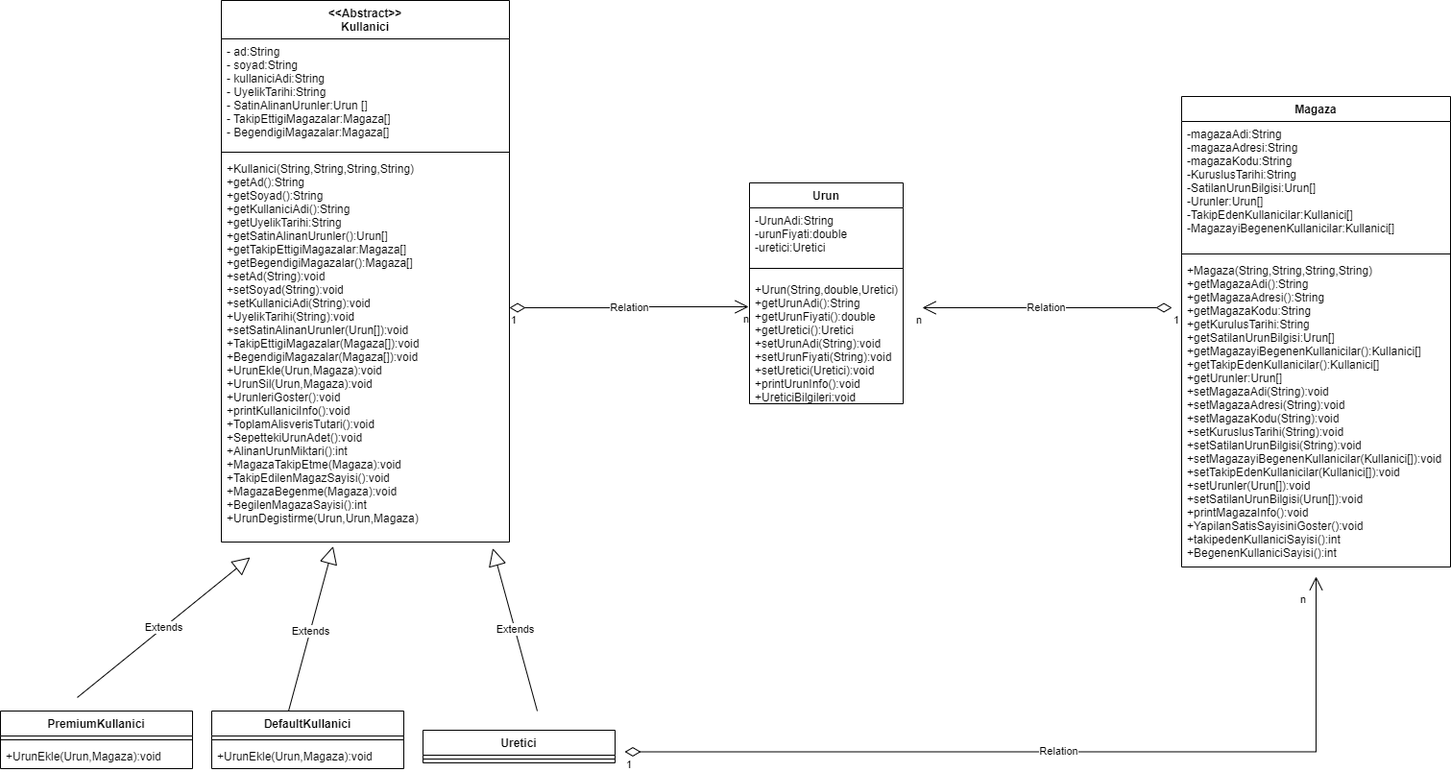
Aliylmaz/patika.dev-projeler keeps this draw.io diagram as BpProjeUml/Uml.png. Above is the earlier version. Source tidied: cells renumbered, new cells last; positions are measured from the earlier drawing's top-left corner, leaving out a move shared by most shapes.
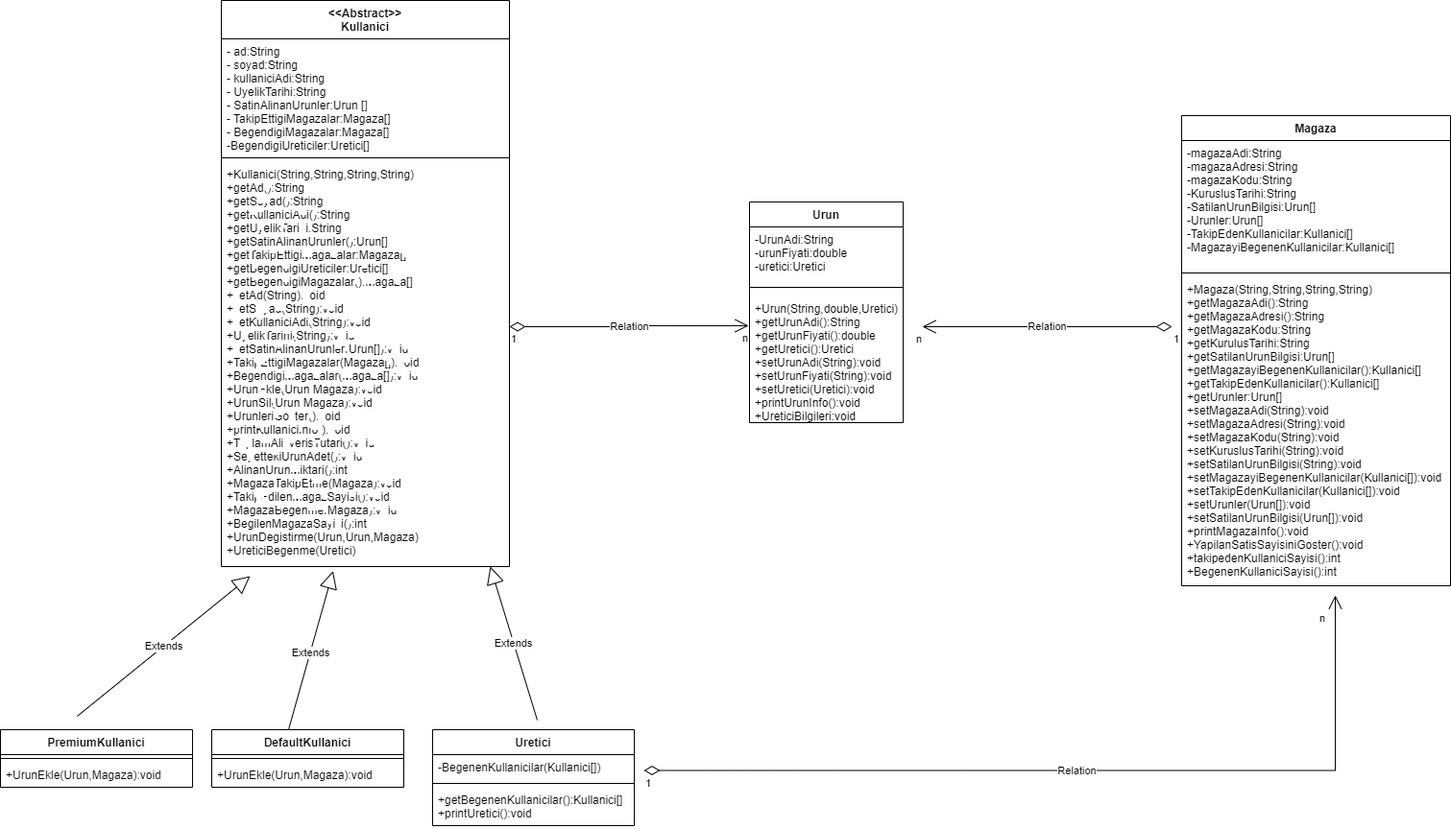
After the change.

Change to the diagram source:
```diff
@@ -3,16 +3,16 @@
     <mxCell id="0" />
     <mxCell id="1" parent="0" />
     <mxCell id="2" value="&lt;&lt;Abstract&gt;&gt;&#10;Kullanici" style="swimlane;fontStyle=1;align=center;verticalAlign=top;horizontal=1;startSize=40;" parent="1" vertex="1">
-      <mxGeometry x="230" width="300" height="564" as="geometry" />
+      <mxGeometry x="230" y="-20" width="300" height="590" as="geometry" />
     </mxCell>
-    <mxCell id="3" value="- ad:String&#10;- soyad:String&#10;- kullaniciAdi:String&#10;- UyelikTarihi:String&#10;- SatinAlinanUrunler:Urun []&#10;- TakipEttigiMagazalar:Magaza[]&#10;- BegendigiMagazalar:Magaza[]" style="text;strokeColor=none;fillColor=none;align=left;verticalAlign=top;spacingLeft=4;spacingRight=4;overflow=hidden;" parent="2" vertex="1">
-      <mxGeometry y="40" width="300" height="114" as="geometry" />
+    <mxCell id="3" value="- ad:String&#10;- soyad:String&#10;- kullaniciAdi:String&#10;- UyelikTarihi:String&#10;- SatinAlinanUrunler:Urun []&#10;- TakipEttigiMagazalar:Magaza[]&#10;- BegendigiMagazalar:Magaza[]&#10;-BegendigiUreticiler:Uretici[]" style="text;strokeColor=none;fillColor=none;align=left;verticalAlign=top;spacingLeft=4;spacingRight=4;overflow=hidden;" parent="2" vertex="1">
+      <mxGeometry y="40" width="300" height="120" as="geometry" />
     </mxCell>
     <mxCell id="4" style="line;strokeWidth=1;fillColor=none;align=left;verticalAlign=middle;spacingTop=-1;spacingLeft=3;spacingRight=3;labelPosition=right;strokeColor=inherit;" parent="2" vertex="1">
-      <mxGeometry y="154" width="300" height="8" as="geometry" />
+      <mxGeometry y="160" width="300" height="8" as="geometry" />
     </mxCell>
-    <mxCell id="5" value="+Kullanici(String,String,String,String)&#10;+getAd():String&#10;+getSoyad():String&#10;+getKullaniciAdi():String&#10;+getUyelikTarihi:String&#10;+getSatinAlinanUrunler():Urun[]&#10;+getTakipEttigiMagazalar:Magaza[]&#10;+getBegendigiMagazalar():Magaza[] &#10;+setAd(String):void&#10;+setSoyad(String):void&#10;+setKullaniciAdi(String):void&#10;+UyelikTarihi(String):void&#10;+setSatinAlinanUrunler(Urun[]):void&#10;+TakipEttigiMagazalar(Magaza[]):void&#10;+BegendigiMagazalar(Magaza[]):void&#10;+UrunEkle(Urun,Magaza):void&#10;+UrunSil(Urun,Magaza):void&#10;+UrunleriGoster():void&#10;+printKullaniciInfo():void&#10;+ToplamAlisverisTutari():void&#10;+SepettekiUrunAdet():void&#10;+AlinanUrunMiktari():int&#10;+MagazaTakipEtme(Magaza):void&#10;+TakipEdilenMagazSayisi():void&#10;+MagazaBegenme(Magaza):void&#10;+BegilenMagazaSayisi():int&#10;+UrunDegistirme(Urun,Urun,Magaza)" style="text;strokeColor=none;fillColor=none;align=left;verticalAlign=top;spacingLeft=4;spacingRight=4;overflow=hidden;points=[[0,0.5],[1,0.5]];portConstraint=eastwest;" parent="2" vertex="1">
-      <mxGeometry y="162" width="300" height="402" as="geometry" />
+    <mxCell id="5" value="+Kullanici(String,String,String,String)&#10;+getAd():String&#10;+getSoyad():String&#10;+getKullaniciAdi():String&#10;+getUyelikTarihi:String&#10;+getSatinAlinanUrunler():Urun[]&#10;+getTakipEttigiMagazalar:Magaza[]&#10;+getBegendigiUreticiler:Uretici[]&#10;+getBegendigiMagazalar():Magaza[]&#10;+setAd(String):void&#10;+setSoyad(String):void&#10;+setKullaniciAdi(String):void&#10;+UyelikTarihi(String):void&#10;+setSatinAlinanUrunler(Urun[]):void&#10;+TakipEttigiMagazalar(Magaza[]):void&#10;+BegendigiMagazalar(Magaza[]):void&#10;+UrunEkle(Urun,Magaza):void&#10;+UrunSil(Urun,Magaza):void&#10;+UrunleriGoster():void&#10;+printKullaniciInfo():void&#10;+ToplamAlisverisTutari():void&#10;+SepettekiUrunAdet():void&#10;+AlinanUrunMiktari():int&#10;+MagazaTakipEtme(Magaza):void&#10;+TakipEdilenMagazSayisi():void&#10;+MagazaBegenme(Magaza):void&#10;+BegilenMagazaSayisi():int&#10;+UrunDegistirme(Urun,Urun,Magaza)&#10;+UreticiBegenme(Uretici)" style="text;strokeColor=none;fillColor=none;align=left;verticalAlign=top;spacingLeft=4;spacingRight=4;overflow=hidden;points=[[0,0.5],[1,0.5]];portConstraint=eastwest;" parent="2" vertex="1">
+      <mxGeometry y="168" width="300" height="422" as="geometry" />
     </mxCell>
     <mxCell id="6" value="PremiumKullanici" style="swimlane;fontStyle=1;align=center;verticalAlign=top;horizontal=1;startSize=26;" parent="1" vertex="1">
       <mxGeometry y="740" width="200" height="60" as="geometry" />
@@ -32,9 +32,10 @@
     <mxCell id="11" value="+UrunEkle(Urun,Magaza):void" style="text;strokeColor=none;fillColor=none;align=left;verticalAlign=top;spacingLeft=4;spacingRight=4;overflow=hidden;" parent="9" vertex="1">
       <mxGeometry y="34" width="200" height="26" as="geometry" />
     </mxCell>
-    <mxCell id="12" value="Extends" style="endArrow=block;endSize=16;endFill=0;html=1;rounded=0;entryX=0.942;entryY=1.016;entryDx=0;entryDy=0;entryPerimeter=0;" parent="1" edge="1" target="5">
+    <mxCell id="12" value="Extends" style="endArrow=block;endSize=16;endFill=0;html=1;rounded=0;" parent="1" edge="1">
       <mxGeometry relative="1" as="geometry">
-        <mxPoint x="559" y="740" as="sourcePoint" />
+        <mxPoint x="559" y="730" as="sourcePoint" />
+        <mxPoint x="510" y="570" as="targetPoint" />
       </mxGeometry>
     </mxCell>
     <mxCell id="13" value="Extends" style="endArrow=block;endSize=16;endFill=0;html=1;rounded=0;entryX=0.388;entryY=1.011;entryDx=0;entryDy=0;entryPerimeter=0;" parent="1" edge="1" target="5">
@@ -65,12 +66,6 @@
     <mxCell id="20" value="n" style="edgeLabel;html=1;align=right;verticalAlign=top;" parent="18" vertex="1">
       <mxGeometry x="1" relative="1" as="geometry" />
     </mxCell>
-    <mxCell id="21" value="Uretici" style="swimlane;fontStyle=1;align=center;verticalAlign=top;horizontal=1;startSize=26;" parent="1" vertex="1">
-      <mxGeometry x="440" y="760" width="200" height="34" as="geometry" />
-    </mxCell>
-    <mxCell id="22" style="line;strokeWidth=1;fillColor=none;align=left;verticalAlign=middle;spacingTop=-1;spacingLeft=3;spacingRight=3;labelPosition=right;strokeColor=inherit;" parent="21" vertex="1">
-      <mxGeometry y="26" width="200" height="8" as="geometry" />
-    </mxCell>
     <mxCell id="23" value="Extends" style="endArrow=block;endSize=16;endFill=0;html=1;rounded=0;" parent="1" edge="1">
       <mxGeometry relative="1" as="geometry">
         <mxPoint x="80" y="725.9" as="sourcePoint" />
@@ -103,8 +98,8 @@
     </mxCell>
     <mxCell id="31" value="Relation" style="endArrow=open;html=1;endSize=12;startArrow=diamondThin;startSize=14;startFill=0;edgeStyle=orthogonalEdgeStyle;rounded=0;" parent="1" edge="1">
       <mxGeometry relative="1" as="geometry">
-        <mxPoint x="650" y="782.5" as="sourcePoint" />
-        <mxPoint x="1370" y="600" as="targetPoint" />
+        <mxPoint x="670" y="782.5" as="sourcePoint" />
+        <mxPoint x="1390" y="600" as="targetPoint" />
       </mxGeometry>
     </mxCell>
     <mxCell id="32" value="1" style="edgeLabel;html=1;align=left;verticalAlign=top;" parent="31" vertex="1">
@@ -115,5 +110,17 @@
         <mxPoint x="-10" y="11" as="offset" />
       </mxGeometry>
     </mxCell>
+    <mxCell id="21" value="Uretici" style="swimlane;fontStyle=1;align=center;verticalAlign=top;horizontal=1;startSize=26;" parent="1" vertex="1">
+      <mxGeometry x="450" y="740" width="210" height="100" as="geometry" />
+    </mxCell>
+    <mxCell id="34" value="-BegenenKullanicilar(Kullanici[])" style="text;strokeColor=none;fillColor=none;align=left;verticalAlign=top;spacingLeft=4;spacingRight=4;overflow=hidden;" parent="21" vertex="1">
+      <mxGeometry y="26" width="210" height="26" as="geometry" />
+    </mxCell>
+    <mxCell id="35" style="line;strokeWidth=1;fillColor=none;align=left;verticalAlign=middle;spacingTop=-1;spacingLeft=3;spacingRight=3;labelPosition=right;strokeColor=inherit;" parent="21" vertex="1">
+      <mxGeometry y="52" width="210" height="8" as="geometry" />
+    </mxCell>
+    <mxCell id="36" value="+getBegenenKullanicilar():Kullanici[]&#10;+printUretici():void" style="text;strokeColor=none;fillColor=none;align=left;verticalAlign=top;spacingLeft=4;spacingRight=4;overflow=hidden;" parent="21" vertex="1">
+      <mxGeometry y="60" width="210" height="40" as="geometry" />
+    </mxCell>
   </root>
 </mxGraphModel>
```
